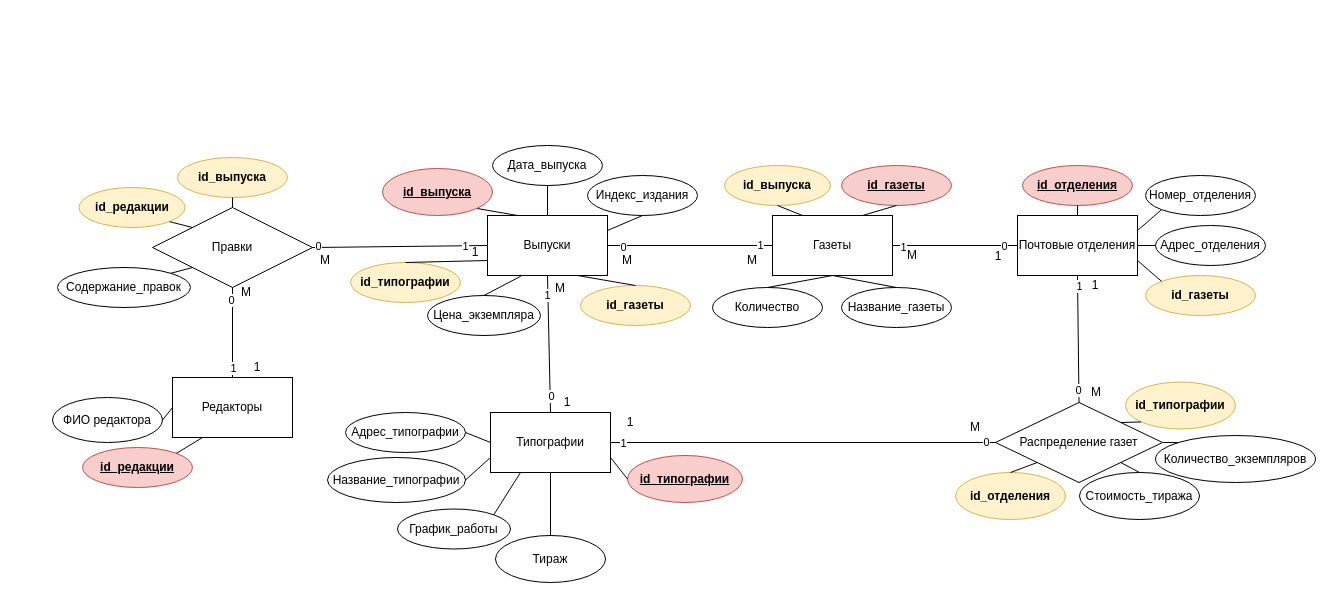
Above: page "Page-1" (1 of 2) of students/y2334/Titova_Maryana/Lab2/Lab2_Peter_Chen.drawio in TonikX/ITMO_FSPO_DataBases_2020-2021 (draw.io), before the change. Source tidied: cells renumbered, new cells numbered last; positions are measured from the earlier drawing's top-left corner, leaving out a move shared by most shapes. Both pictures are drawn from the tidied source at 100%, with x=0, y=0 at pixel (52, 145).
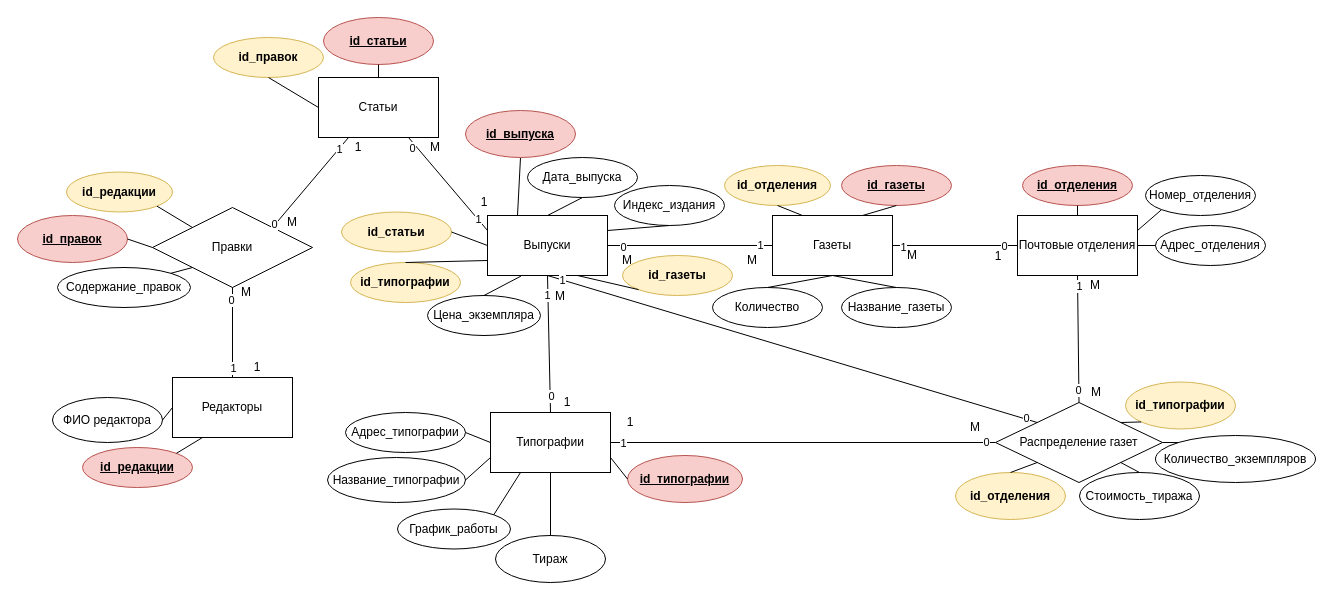
The same diagram, later.

The change refers to these unchanged cells:
```xml
<mxCell id="2" value="Выпуски" style="rounded=0;whiteSpace=wrap;html=1;" parent="1" vertex="1">
  <mxGeometry x="435" y="70" width="120" height="60" as="geometry" />
</mxCell>
<mxCell id="4" value="Почтовые отделения" style="rounded=0;whiteSpace=wrap;html=1;" parent="1" vertex="1">
  <mxGeometry x="965" y="70" width="120" height="60" as="geometry" />
</mxCell>
<mxCell id="17" value="Распределение газет" style="rhombus;whiteSpace=wrap;html=1;" parent="1" vertex="1">
  <mxGeometry x="943" y="257" width="167" height="80" as="geometry" />
</mxCell>
<mxCell id="45" value="Правки" style="rhombus;whiteSpace=wrap;html=1;" parent="1" vertex="1">
  <mxGeometry x="100" y="62" width="160" height="80" as="geometry" />
</mxCell>
```

Change to the diagram source:
```diff
@@
     <mxCell id="6" value="Индекс_издания" style="ellipse;whiteSpace=wrap;html=1;" parent="1" vertex="1">
-      <mxGeometry x="535" y="30" width="110" height="40" as="geometry" />
+      <mxGeometry x="562" y="40" width="110" height="40" as="geometry" />
     </mxCell>
@@
     <mxCell id="24" value="&lt;b&gt;id_газеты&lt;/b&gt;" style="ellipse;whiteSpace=wrap;html=1;fillColor=#fff2cc;strokeColor=#d6b656;" parent="1" vertex="1">
-      <mxGeometry x="528" y="140" width="110" height="40" as="geometry" />
+      <mxGeometry x="570" y="110" width="110" height="40" as="geometry" />
     </mxCell>
-    <mxCell id="25" style="endArrow=none;html=1;entryX=0.5;entryY=0;entryDx=0;entryDy=0;exitX=0.75;exitY=1;exitDx=0;exitDy=0;" parent="1" edge="1" source="2" target="24">
+    <mxCell id="25" style="endArrow=none;html=1;entryX=0;entryY=1;entryDx=0;entryDy=0;exitX=0.75;exitY=1;exitDx=0;exitDy=0;" parent="1" edge="1" source="2" target="24">
       <mxGeometry relative="1" as="geometry" />
     </mxCell>
@@
-    <mxCell id="31" style="endArrow=none;html=1;entryX=1;entryY=1;entryDx=0;entryDy=0;exitX=0.25;exitY=0;exitDx=0;exitDy=0;" parent="1" edge="1" source="2" target="97">
+    <mxCell id="31" style="endArrow=none;html=1;entryX=0.5;entryY=1;entryDx=0;entryDy=0;exitX=0.25;exitY=0;exitDx=0;exitDy=0;" parent="1" edge="1" source="2" target="97">
       <mxGeometry relative="1" as="geometry" />
     </mxCell>
-    <mxCell id="32" value="&lt;b&gt;id_газеты&lt;/b&gt;" style="ellipse;whiteSpace=wrap;html=1;fillColor=#fff2cc;strokeColor=#d6b656;" parent="1" vertex="1">
-      <mxGeometry x="1093" y="130" width="110" height="40" as="geometry" />
-    </mxCell>
-    <mxCell id="33" style="endArrow=none;html=1;entryX=0;entryY=0;entryDx=0;entryDy=0;exitX=1;exitY=0.75;exitDx=0;exitDy=0;" parent="1" edge="1" source="4" target="32">
-      <mxGeometry relative="1" as="geometry" />
-    </mxCell>
@@
     <mxCell id="37" value="Дата_выпуска" style="ellipse;whiteSpace=wrap;html=1;" parent="1" vertex="1">
-      <mxGeometry x="440" width="110" height="40" as="geometry" />
+      <mxGeometry x="475" y="12" width="110" height="40" as="geometry" />
     </mxCell>
@@
     <mxCell id="46" value="&lt;b&gt;id_редакции&lt;/b&gt;" style="ellipse;whiteSpace=wrap;html=1;fillColor=#fff2cc;strokeColor=#d6b656;" parent="1" vertex="1">
-      <mxGeometry x="26.5" y="42" width="106" height="40" as="geometry" />
+      <mxGeometry x="14" y="26.5" width="106" height="40" as="geometry" />
     </mxCell>
-    <mxCell id="47" value="&lt;b&gt;id_выпуска&lt;/b&gt;" style="ellipse;whiteSpace=wrap;html=1;fillColor=#fff2cc;strokeColor=#d6b656;" parent="1" vertex="1">
-      <mxGeometry x="125" y="12" width="110" height="40" as="geometry" />
-    </mxCell>
@@
-    <mxCell id="50" style="endArrow=none;html=1;exitX=0.5;exitY=0;exitDx=0;exitDy=0;entryX=0.5;entryY=1;entryDx=0;entryDy=0;" parent="1" edge="1" source="45" target="47">
-      <mxGeometry relative="1" as="geometry" />
-    </mxCell>
@@
-    <mxCell id="58" value="&lt;b&gt;id_выпуска&lt;/b&gt;" style="ellipse;whiteSpace=wrap;html=1;fillColor=#fff2cc;strokeColor=#d6b656;" parent="1" vertex="1">
+    <mxCell id="58" value="&lt;b&gt;id_отделения&lt;/b&gt;" style="ellipse;whiteSpace=wrap;html=1;fillColor=#fff2cc;strokeColor=#d6b656;" parent="1" vertex="1">
       <mxGeometry x="672" y="20" width="106" height="40" as="geometry" />
     </mxCell>
@@
-    <mxCell id="63" style="endArrow=none;html=1;exitX=1;exitY=0.5;exitDx=0;exitDy=0;entryX=0;entryY=0.5;entryDx=0;entryDy=0;" parent="1" edge="1" source="45" target="2">
-      <mxGeometry relative="1" as="geometry" />
-    </mxCell>
-    <mxCell id="64" value="0" style="edgeLabel;html=1;align=center;verticalAlign=middle;" parent="63" vertex="1">
-      <mxGeometry x="-0.93" y="1" relative="1" as="geometry" />
-    </mxCell>
-    <mxCell id="65" value="1" style="edgeLabel;html=1;align=center;verticalAlign=middle;" parent="63" vertex="1">
-      <mxGeometry x="0.75" relative="1" as="geometry" />
-    </mxCell>
@@
     <mxCell id="81" value="M" style="text;html=1;strokeColor=none;fillColor=none;align=center;verticalAlign=middle;whiteSpace=wrap;rounded=0;" parent="1" vertex="1">
-      <mxGeometry x="488" y="133" width="40" height="20" as="geometry" />
+      <mxGeometry x="488" y="141" width="40" height="20" as="geometry" />
     </mxCell>
@@
-    <mxCell id="83" value="M" style="text;html=1;strokeColor=none;fillColor=none;align=center;verticalAlign=middle;whiteSpace=wrap;rounded=0;" parent="1" vertex="1">
-      <mxGeometry x="253" y="105" width="40" height="20" as="geometry" />
-    </mxCell>
-    <mxCell id="84" value="1" style="text;html=1;strokeColor=none;fillColor=none;align=center;verticalAlign=middle;whiteSpace=wrap;rounded=0;" parent="1" vertex="1">
-      <mxGeometry x="403" y="97" width="40" height="20" as="geometry" />
-    </mxCell>
@@
-    <mxCell id="93" value="1" style="text;html=1;strokeColor=none;fillColor=none;align=center;verticalAlign=middle;whiteSpace=wrap;rounded=0;" parent="1" vertex="1">
+    <mxCell id="93" value="M" style="text;html=1;strokeColor=none;fillColor=none;align=center;verticalAlign=middle;whiteSpace=wrap;rounded=0;" parent="1" vertex="1">
       <mxGeometry x="1023" y="130" width="40" height="20" as="geometry" />
     </mxCell>
@@
     <mxCell id="97" value="&lt;b&gt;&lt;u&gt;id_выпуска&lt;/u&gt;&lt;/b&gt;" style="ellipse;whiteSpace=wrap;html=1;fillColor=#f8cecc;strokeColor=#b85450;" parent="1" vertex="1">
-      <mxGeometry x="330" y="23" width="110" height="47" as="geometry" />
+      <mxGeometry x="413" y="-35" width="110" height="47" as="geometry" />
     </mxCell>
@@
+    <mxCell id="100" style="endArrow=none;html=1;exitX=0.5;exitY=1;exitDx=0;exitDy=0;entryX=0;entryY=0;entryDx=0;entryDy=0;" parent="1" edge="1" source="2" target="17">
+      <mxGeometry relative="1" as="geometry" />
+    </mxCell>
+    <mxCell id="101" value="1" style="edgeLabel;html=1;align=center;verticalAlign=middle;" parent="100" vertex="1">
+      <mxGeometry x="-0.94" relative="1" as="geometry" />
+    </mxCell>
+    <mxCell id="102" value="0" style="edgeLabel;html=1;align=center;verticalAlign=middle;" parent="100" vertex="1">
+      <mxGeometry x="0.95" y="1" relative="1" as="geometry" />
+    </mxCell>
+    <mxCell id="103" value="&lt;b&gt;&lt;u&gt;id_правок&lt;/u&gt;&lt;/b&gt;" style="ellipse;whiteSpace=wrap;html=1;fillColor=#f8cecc;strokeColor=#b85450;" parent="1" vertex="1">
+      <mxGeometry x="-35" y="70" width="110" height="47" as="geometry" />
+    </mxCell>
+    <mxCell id="104" style="endArrow=none;html=1;exitX=1;exitY=0.5;exitDx=0;exitDy=0;" parent="1" edge="1" source="103">
+      <mxGeometry relative="1" as="geometry">
+        <mxPoint x="100" y="102" as="targetPoint" />
+      </mxGeometry>
+    </mxCell>
+    <mxCell id="105" value="Статьи" style="rounded=0;whiteSpace=wrap;html=1;" parent="1" vertex="1">
+      <mxGeometry x="266" y="-68" width="120" height="60" as="geometry" />
+    </mxCell>
+    <mxCell id="106" value="&lt;b&gt;&lt;u&gt;id_статьи&lt;/u&gt;&lt;/b&gt;" style="ellipse;whiteSpace=wrap;html=1;fillColor=#f8cecc;strokeColor=#b85450;" parent="1" vertex="1">
+      <mxGeometry x="271" y="-128" width="110" height="47" as="geometry" />
+    </mxCell>
+    <mxCell id="107" style="endArrow=none;html=1;exitX=0.5;exitY=0;exitDx=0;exitDy=0;entryX=0.5;entryY=1;entryDx=0;entryDy=0;" parent="1" edge="1" source="105" target="106">
+      <mxGeometry relative="1" as="geometry" />
+    </mxCell>
+    <mxCell id="108" style="endArrow=none;html=1;exitX=1;exitY=0;exitDx=0;exitDy=0;entryX=0.25;entryY=1;entryDx=0;entryDy=0;" parent="1" edge="1" source="45" target="105">
+      <mxGeometry relative="1" as="geometry" />
+    </mxCell>
+    <mxCell id="109" value="0" style="edgeLabel;html=1;align=center;verticalAlign=middle;" parent="108" vertex="1">
+      <mxGeometry x="-0.93" y="1" relative="1" as="geometry" />
+    </mxCell>
+    <mxCell id="110" value="1" style="edgeLabel;html=1;align=center;verticalAlign=middle;" parent="108" vertex="1">
+      <mxGeometry x="0.75" relative="1" as="geometry" />
+    </mxCell>
+    <mxCell id="111" style="endArrow=none;html=1;exitX=0.75;exitY=1;exitDx=0;exitDy=0;entryX=0;entryY=0.25;entryDx=0;entryDy=0;" parent="1" edge="1" source="105" target="2">
+      <mxGeometry relative="1" as="geometry" />
+    </mxCell>
+    <mxCell id="112" value="0" style="edgeLabel;html=1;align=center;verticalAlign=middle;" parent="111" vertex="1">
+      <mxGeometry x="-0.93" y="1" relative="1" as="geometry">
+        <mxPoint y="8" as="offset" />
+      </mxGeometry>
+    </mxCell>
+    <mxCell id="113" value="1" style="edgeLabel;html=1;align=center;verticalAlign=middle;" parent="111" vertex="1">
+      <mxGeometry x="0.75" relative="1" as="geometry" />
+    </mxCell>
+    <mxCell id="114" value="1" style="text;html=1;strokeColor=none;fillColor=none;align=center;verticalAlign=middle;whiteSpace=wrap;rounded=0;" parent="1" vertex="1">
+      <mxGeometry x="286" y="-8" width="40" height="20" as="geometry" />
+    </mxCell>
+    <mxCell id="115" value="М" style="text;html=1;strokeColor=none;fillColor=none;align=center;verticalAlign=middle;whiteSpace=wrap;rounded=0;" parent="1" vertex="1">
+      <mxGeometry x="220" y="66.5" width="40" height="20" as="geometry" />
+    </mxCell>
+    <mxCell id="116" value="1" style="text;html=1;strokeColor=none;fillColor=none;align=center;verticalAlign=middle;whiteSpace=wrap;rounded=0;" parent="1" vertex="1">
+      <mxGeometry x="411.5" y="46.5" width="40" height="20" as="geometry" />
+    </mxCell>
+    <mxCell id="117" value="М" style="text;html=1;strokeColor=none;fillColor=none;align=center;verticalAlign=middle;whiteSpace=wrap;rounded=0;" parent="1" vertex="1">
+      <mxGeometry x="363" y="-8" width="40" height="20" as="geometry" />
+    </mxCell>
+    <mxCell id="118" value="&lt;b&gt;id_правок&lt;/b&gt;" style="ellipse;whiteSpace=wrap;html=1;fillColor=#fff2cc;strokeColor=#d6b656;" parent="1" vertex="1">
+      <mxGeometry x="161" y="-108" width="110" height="40" as="geometry" />
+    </mxCell>
+    <mxCell id="119" style="endArrow=none;html=1;entryX=0.5;entryY=1;entryDx=0;entryDy=0;exitX=0;exitY=0.5;exitDx=0;exitDy=0;" parent="1" edge="1" source="105" target="118">
+      <mxGeometry relative="1" as="geometry" />
+    </mxCell>
+    <mxCell id="120" value="&lt;b&gt;id_статьи&lt;/b&gt;" style="ellipse;whiteSpace=wrap;html=1;fillColor=#fff2cc;strokeColor=#d6b656;" parent="1" vertex="1">
+      <mxGeometry x="289" y="66.5" width="110" height="40" as="geometry" />
+    </mxCell>
+    <mxCell id="121" style="endArrow=none;html=1;entryX=1;entryY=0.5;entryDx=0;entryDy=0;exitX=0;exitY=0.5;exitDx=0;exitDy=0;" parent="1" edge="1" source="2" target="120">
+      <mxGeometry relative="1" as="geometry" />
+    </mxCell>
```
